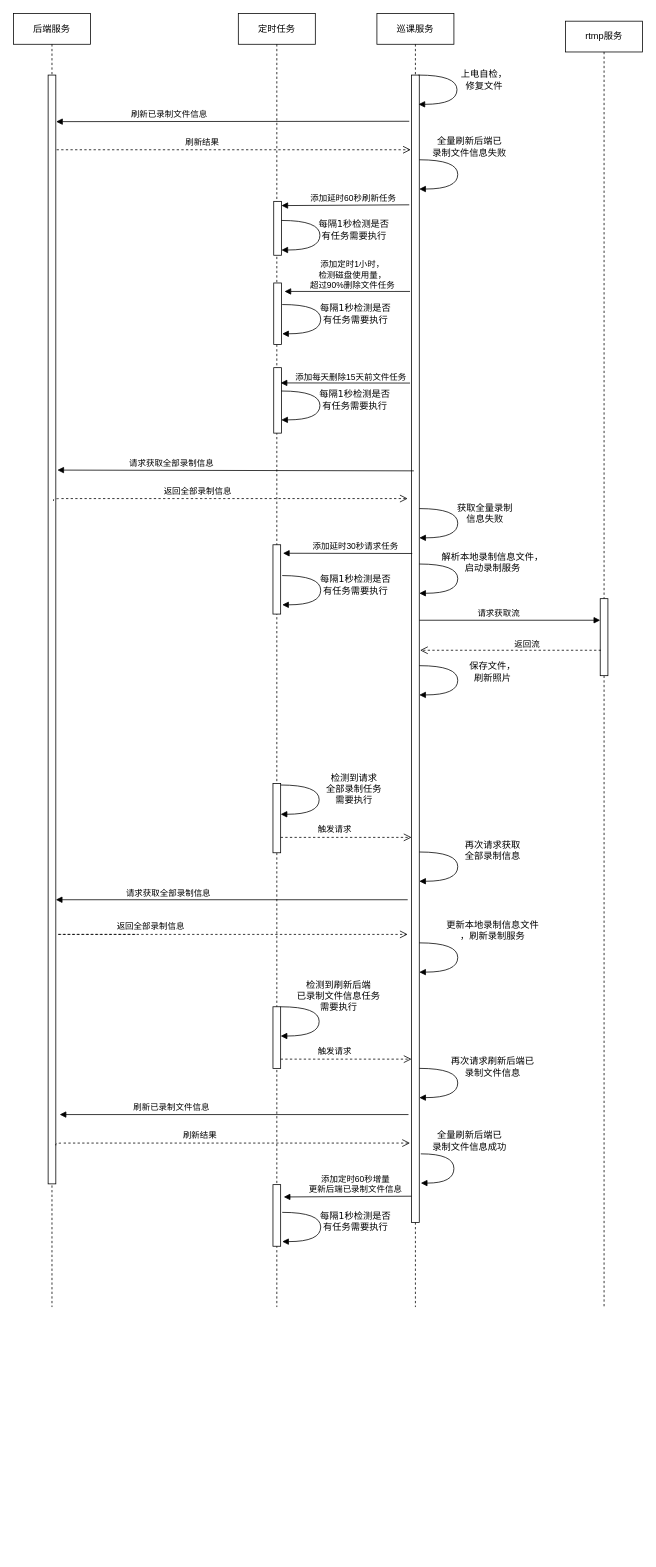
The draw.io diagram 巡课服务启动流程.drawio in huangPeiLc/drawio, before the edit. Source tidied: cells renumbered, new cells numbered last; positions are measured from the earlier drawing's top-left corner, leaving out a move shared by most shapes. Both pictures are drawn from the tidied source at 77%, with x=0, y=0 at pixel (13, 13).
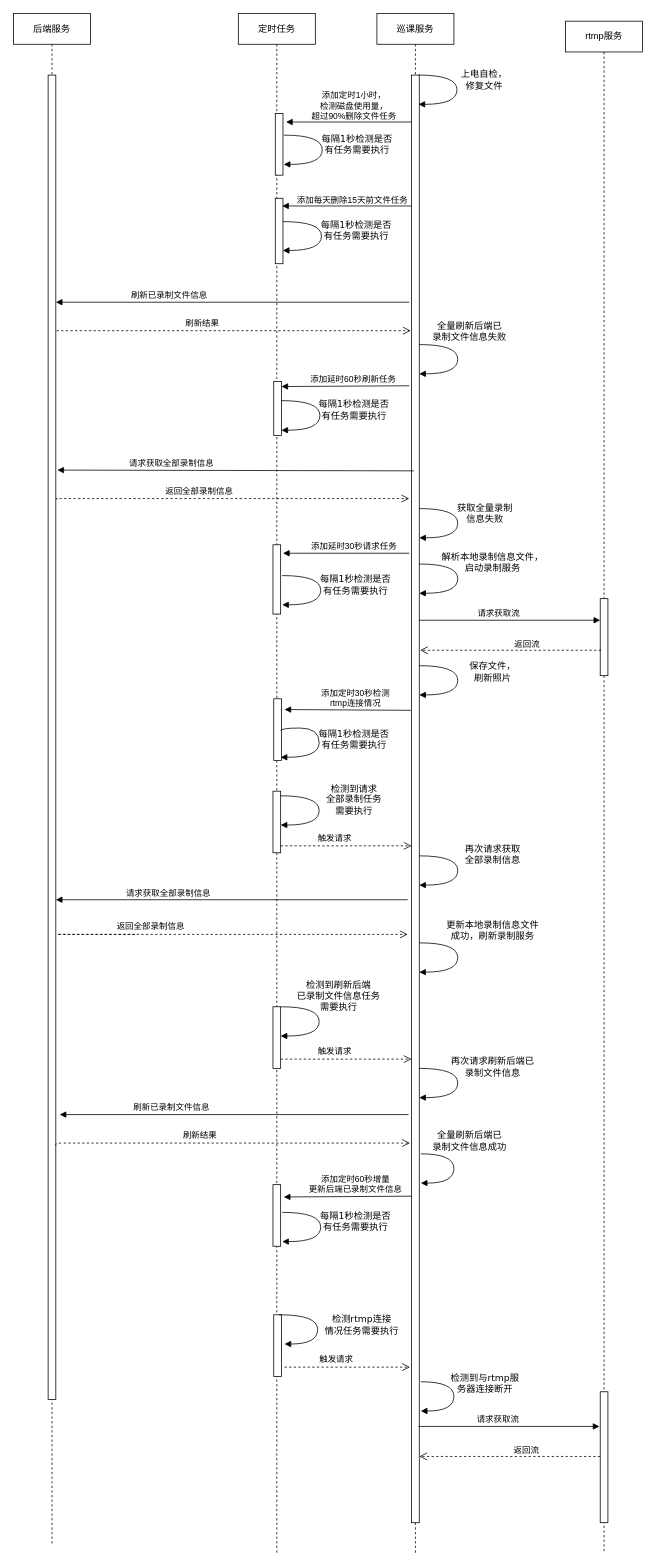
The same page after the edit.

Commit message (it also covers changes not shown here):
Update 巡课服务启动流程.drawio

Change to the diagram source:
```diff
@@
     <mxCell id="2" value="后端服务" style="shape=umlLifeline;perimeter=lifelinePerimeter;whiteSpace=wrap;html=1;" parent="1" vertex="1">
-      <mxGeometry width="100" height="1680" as="geometry" />
+      <mxGeometry width="100" height="1990" as="geometry" />
     </mxCell>
     <mxCell id="3" style="html=1;points=[];perimeter=orthogonalPerimeter;" parent="2" vertex="1">
-      <mxGeometry x="45" y="80" width="10" height="1440" as="geometry" />
+      <mxGeometry x="45" y="80" width="10" height="1720" as="geometry" />
     </mxCell>
     <mxCell id="4" value="巡课服务" style="shape=umlLifeline;perimeter=lifelinePerimeter;whiteSpace=wrap;html=1;" parent="1" vertex="1">
-      <mxGeometry x="472" width="100" height="1680" as="geometry" />
+      <mxGeometry x="472" width="100" height="2000" as="geometry" />
     </mxCell>
     <mxCell id="5" style="html=1;points=[];perimeter=orthogonalPerimeter;" parent="4" vertex="1">
-      <mxGeometry x="45" y="80" width="10" height="1490" as="geometry" />
+      <mxGeometry x="45" y="80" width="10" height="1880" as="geometry" />
     </mxCell>
     <mxCell id="6" value="定时任务" style="shape=umlLifeline;perimeter=lifelinePerimeter;whiteSpace=wrap;html=1;" parent="1" vertex="1">
-      <mxGeometry x="292" width="100" height="1680" as="geometry" />
+      <mxGeometry x="292" width="100" height="2000" as="geometry" />
     </mxCell>
@@
     <mxCell id="8" style="html=1;perimeter=orthogonalPerimeter;" parent="6" vertex="1">
-      <mxGeometry x="46" y="244" width="10" height="70" as="geometry" />
+      <mxGeometry x="46" y="478" width="10" height="70" as="geometry" />
     </mxCell>
     <mxCell id="9" style="html=1;perimeter=orthogonalPerimeter;" parent="6" vertex="1">
-      <mxGeometry x="45" y="1000" width="10" height="90" as="geometry" />
+      <mxGeometry x="45" y="1010" width="10" height="80" as="geometry" />
     </mxCell>
@@
     <mxCell id="11" style="html=1;perimeter=orthogonalPerimeter;" parent="6" vertex="1">
-      <mxGeometry x="46" y="350" width="10" height="80" as="geometry" />
+      <mxGeometry x="48" y="130" width="10" height="80" as="geometry" />
     </mxCell>
     <mxCell id="12" value="&lt;div&gt;每隔1秒检测是否&lt;/div&gt;&lt;div&gt;有任务需要执行&lt;/div&gt;" style="html=1;verticalAlign=bottom;endArrow=block;labelBackgroundColor=none;fontFamily=Verdana;fontSize=12;elbow=vertical;edgeStyle=orthogonalEdgeStyle;curved=1;entryX=1;entryY=0.286;entryPerimeter=0;" parent="6" edge="1">
       <mxGeometry x="0.28" y="-46" relative="1" as="geometry">
-        <mxPoint x="56" y="268.8" as="sourcePoint" />
-        <mxPoint x="56" y="307.2" as="targetPoint" />
+        <mxPoint x="56" y="502.8" as="sourcePoint" />
+        <mxPoint x="56" y="541.2" as="targetPoint" />
         <Array as="points">
-          <mxPoint x="106" y="269" />
-          <mxPoint x="106" y="307" />
+          <mxPoint x="106" y="503" />
+          <mxPoint x="106" y="541" />
         </Array>
         <mxPoint x="45" y="37" as="offset" />
       </mxGeometry>
     </mxCell>
+    <mxCell id="49" style="html=1;perimeter=orthogonalPerimeter;" parent="6" vertex="1">
+      <mxGeometry x="46" y="1690" width="10" height="80" as="geometry" />
+    </mxCell>
+    <mxCell id="50" value="触发请求" style="html=1;verticalAlign=bottom;endArrow=open;dashed=1;endSize=8;" parent="6" edge="1">
+      <mxGeometry x="-0.18" y="1" relative="1" as="geometry">
+        <mxPoint x="60" y="1758" as="sourcePoint" />
+        <mxPoint x="223" y="1758" as="targetPoint" />
+      </mxGeometry>
+    </mxCell>
+    <mxCell id="51" value="&lt;div&gt;检测rtmp连接&lt;/div&gt;&lt;div&gt;情况任务需要执行&lt;/div&gt;" style="html=1;verticalAlign=bottom;endArrow=block;labelBackgroundColor=none;fontFamily=Verdana;fontSize=12;elbow=vertical;edgeStyle=orthogonalEdgeStyle;curved=1;" parent="6" edge="1">
+      <mxGeometry x="0.34" y="-58" relative="1" as="geometry">
+        <mxPoint x="53" y="1690" as="sourcePoint" />
+        <mxPoint x="60" y="1728" as="targetPoint" />
+        <Array as="points">
+          <mxPoint x="103" y="1690" />
+          <mxPoint x="103" y="1728" />
+        </Array>
+        <mxPoint x="57" y="50" as="offset" />
+      </mxGeometry>
+    </mxCell>
@@
     <mxCell id="15" value="rtmp服务" style="shape=umlLifeline;perimeter=lifelinePerimeter;whiteSpace=wrap;html=1;" parent="1" vertex="1">
-      <mxGeometry x="717" y="10" width="100" height="1670" as="geometry" />
+      <mxGeometry x="717" y="10" width="100" height="1990" as="geometry" />
     </mxCell>
@@
+    <mxCell id="52" style="html=1;perimeter=orthogonalPerimeter;" parent="15" vertex="1">
+      <mxGeometry x="45" y="1780" width="10" height="170" as="geometry" />
+    </mxCell>
@@
-    <mxCell id="22" value="添加延时30秒请求任务" style="html=1;verticalAlign=bottom;endArrow=block;exitX=0.083;exitY=0.417;exitDx=0;exitDy=0;exitPerimeter=0;" parent="1" edge="1" source="5">
+    <mxCell id="22" value="添加延时30秒请求任务" style="html=1;verticalAlign=bottom;endArrow=block;" parent="1" edge="1">
       <mxGeometry x="-0.12" relative="1" as="geometry">
+        <mxPoint x="514" y="701" as="sourcePoint" />
         <mxPoint x="350" y="701" as="targetPoint" />
       </mxGeometry>
     </mxCell>
@@
     <mxCell id="24" value="返回全部录制信息" style="html=1;verticalAlign=bottom;endArrow=open;dashed=1;endSize=8;" parent="1" edge="1">
       <mxGeometry x="-0.18" y="1" relative="1" as="geometry">
-        <mxPoint x="52" y="633" as="sourcePoint" />
-        <mxPoint x="512" y="630" as="targetPoint" />
+        <mxPoint x="57" y="630.5" as="sourcePoint" />
+        <mxPoint x="514" y="630" as="targetPoint" />
         <Array as="points">
-          <mxPoint x="52" y="630" />
+          <mxPoint x="54" y="630" />
         </Array>
       </mxGeometry>
     </mxCell>
     <mxCell id="25" value="&lt;div&gt;再次请求获取&lt;/div&gt;&lt;div&gt;全部录制信息&lt;br&gt;&lt;/div&gt;" style="html=1;verticalAlign=bottom;endArrow=block;labelBackgroundColor=none;fontFamily=Verdana;fontSize=12;elbow=vertical;edgeStyle=orthogonalEdgeStyle;curved=1;entryX=1;entryY=0.286;entryPerimeter=0;" parent="1" edge="1">
       <mxGeometry x="-0.28" y="-47" relative="1" as="geometry">
-        <mxPoint x="527" y="1089" as="sourcePoint" />
-        <mxPoint x="527" y="1127" as="targetPoint" />
+        <mxPoint x="527" y="1094" as="sourcePoint" />
+        <mxPoint x="527" y="1132" as="targetPoint" />
         <Array as="points">
-          <mxPoint x="577" y="1089" />
-          <mxPoint x="577" y="1127" />
+          <mxPoint x="577" y="1094" />
+          <mxPoint x="577" y="1132" />
         </Array>
         <mxPoint x="92" y="15" as="offset" />
       </mxGeometry>
     </mxCell>
     <mxCell id="26" value="触发请求" style="html=1;verticalAlign=bottom;endArrow=open;dashed=1;endSize=8;" parent="1" edge="1">
       <mxGeometry x="-0.18" y="1" relative="1" as="geometry">
-        <mxPoint x="347" y="1070" as="sourcePoint" />
-        <mxPoint x="517" y="1070" as="targetPoint" />
+        <mxPoint x="347" y="1081" as="sourcePoint" />
+        <mxPoint x="517" y="1081" as="targetPoint" />
       </mxGeometry>
     </mxCell>
-    <mxCell id="27" value="&lt;div&gt;更新本地录制信息文件&lt;/div&gt;&lt;div&gt;，刷新录制服务&lt;br&gt;&lt;/div&gt;&lt;div&gt;&lt;br&gt;&lt;/div&gt;" style="html=1;verticalAlign=bottom;endArrow=block;labelBackgroundColor=none;fontFamily=Verdana;fontSize=12;elbow=vertical;edgeStyle=orthogonalEdgeStyle;curved=1;entryX=1;entryY=0.286;entryPerimeter=0;" parent="1" edge="1">
+    <mxCell id="27" value="&lt;div&gt;更新本地录制信息文件&lt;/div&gt;&lt;div&gt;成功，刷新录制服务&lt;br&gt;&lt;/div&gt;&lt;div&gt;&lt;br&gt;&lt;/div&gt;" style="html=1;verticalAlign=bottom;endArrow=block;labelBackgroundColor=none;fontFamily=Verdana;fontSize=12;elbow=vertical;edgeStyle=orthogonalEdgeStyle;curved=1;entryX=1;entryY=0.286;entryPerimeter=0;" parent="1" edge="1">
       <mxGeometry x="-0.28" y="-47" relative="1" as="geometry">
         <mxPoint x="527" y="1207" as="sourcePoint" />
         <mxPoint x="527" y="1245" as="targetPoint" />
         <Array as="points">
           <mxPoint x="577" y="1207" />
           <mxPoint x="577" y="1245" />
         </Array>
         <mxPoint x="92" y="15" as="offset" />
       </mxGeometry>
     </mxCell>
-    <mxCell id="28" value="刷新已录制文件信息" style="html=1;verticalAlign=bottom;endArrow=block;entryX=1.039;entryY=0.042;entryDx=0;entryDy=0;entryPerimeter=0;" parent="1" edge="1" target="3">
+    <mxCell id="28" value="刷新已录制文件信息" style="html=1;verticalAlign=bottom;endArrow=block;entryX=1.039;entryY=0.042;entryDx=0;entryDy=0;entryPerimeter=0;" parent="1" edge="1">
       <mxGeometry x="0.36" relative="1" as="geometry">
-        <mxPoint x="514" y="140" as="sourcePoint" />
+        <mxPoint x="514" y="375" as="sourcePoint" />
+        <mxPoint x="55" y="375" as="targetPoint" />
       </mxGeometry>
     </mxCell>
     <mxCell id="29" value="刷新结果" style="html=1;verticalAlign=bottom;endArrow=open;dashed=1;endSize=8;" parent="1" edge="1">
       <mxGeometry x="-0.18" y="1" relative="1" as="geometry">
-        <mxPoint x="56" y="177" as="sourcePoint" />
-        <mxPoint x="516" y="177" as="targetPoint" />
+        <mxPoint x="56" y="412" as="sourcePoint" />
+        <mxPoint x="516" y="412" as="targetPoint" />
         <Array as="points">
-          <mxPoint x="56" y="177" />
+          <mxPoint x="56" y="412" />
         </Array>
       </mxGeometry>
     </mxCell>
@@
     <mxCell id="32" value="&lt;div&gt;全量刷新后端已&lt;/div&gt;&lt;div&gt;录制文件信息失败&lt;/div&gt;" style="html=1;verticalAlign=bottom;endArrow=block;labelBackgroundColor=none;fontFamily=Verdana;fontSize=12;elbow=vertical;edgeStyle=orthogonalEdgeStyle;curved=1;entryX=1;entryY=0.286;entryPerimeter=0;" parent="1" edge="1">
       <mxGeometry x="-0.28" y="15" relative="1" as="geometry">
-        <mxPoint x="527" y="190" as="sourcePoint" />
-        <mxPoint x="527" y="228" as="targetPoint" />
+        <mxPoint x="527" y="430" as="sourcePoint" />
+        <mxPoint x="527" y="468" as="targetPoint" />
         <Array as="points">
-          <mxPoint x="577" y="190" />
-          <mxPoint x="577" y="228" />
+          <mxPoint x="577" y="430" />
+          <mxPoint x="577" y="468" />
         </Array>
       </mxGeometry>
     </mxCell>
     <mxCell id="33" value="添加延时60秒刷新任务" style="html=1;verticalAlign=bottom;endArrow=block;exitX=-0.2;exitY=0.498;exitDx=0;exitDy=0;exitPerimeter=0;" parent="1" edge="1">
       <mxGeometry x="-0.12" relative="1" as="geometry">
-        <mxPoint x="514" y="248.5" as="sourcePoint" />
-        <mxPoint x="348" y="249.5" as="targetPoint" />
+        <mxPoint x="514" y="483.5" as="sourcePoint" />
+        <mxPoint x="348" y="484.5" as="targetPoint" />
       </mxGeometry>
     </mxCell>
     <mxCell id="34" value="&lt;div&gt;每隔1秒检测是否&lt;/div&gt;&lt;div&gt;有任务需要执行&lt;/div&gt;" style="html=1;verticalAlign=bottom;endArrow=block;labelBackgroundColor=none;fontFamily=Verdana;fontSize=12;elbow=vertical;edgeStyle=orthogonalEdgeStyle;curved=1;entryX=1;entryY=0.286;entryPerimeter=0;" parent="1" edge="1">
       <mxGeometry x="0.28" y="-46" relative="1" as="geometry">
-        <mxPoint x="349" y="378" as="sourcePoint" />
-        <mxPoint x="349" y="416" as="targetPoint" />
+        <mxPoint x="351" y="158" as="sourcePoint" />
+        <mxPoint x="351" y="196" as="targetPoint" />
         <Array as="points">
-          <mxPoint x="399" y="378" />
-          <mxPoint x="399" y="416" />
+          <mxPoint x="401" y="158" />
+          <mxPoint x="401" y="196" />
         </Array>
         <mxPoint x="45" y="37" as="offset" />
       </mxGeometry>
     </mxCell>
     <mxCell id="35" value="&lt;div&gt;检测到请求&lt;/div&gt;&lt;div&gt;全部录制任务&lt;/div&gt;&lt;div&gt;需要执行&lt;br&gt;&lt;/div&gt;" style="html=1;verticalAlign=bottom;endArrow=block;labelBackgroundColor=none;fontFamily=Verdana;fontSize=12;elbow=vertical;edgeStyle=orthogonalEdgeStyle;curved=1;entryX=1;entryY=0.286;entryPerimeter=0;" parent="1" edge="1">
       <mxGeometry x="0.28" y="-46" relative="1" as="geometry">
-        <mxPoint x="347" y="1002" as="sourcePoint" />
-        <mxPoint x="347" y="1040" as="targetPoint" />
+        <mxPoint x="347" y="1016" as="sourcePoint" />
+        <mxPoint x="347" y="1054" as="targetPoint" />
         <Array as="points">
-          <mxPoint x="397" y="1002" />
-          <mxPoint x="397" y="1040" />
+          <mxPoint x="397" y="1016" />
+          <mxPoint x="397" y="1054" />
         </Array>
         <mxPoint x="45" y="37" as="offset" />
       </mxGeometry>
     </mxCell>
@@
     <mxCell id="45" value="&lt;div&gt;添加定时1小时，&lt;/div&gt;&lt;div&gt;检测磁盘使用量，&lt;/div&gt;&lt;div&gt;超过90%删除文件任务&lt;/div&gt;" style="html=1;verticalAlign=bottom;endArrow=block;" parent="1" edge="1">
       <mxGeometry x="-0.08" y="1" relative="1" as="geometry">
-        <mxPoint x="515" y="361" as="sourcePoint" />
-        <mxPoint x="352" y="361" as="targetPoint" />
+        <mxPoint x="517" y="141" as="sourcePoint" />
+        <mxPoint x="354" y="141" as="targetPoint" />
       </mxGeometry>
     </mxCell>
     <mxCell id="46" style="html=1;points=[];perimeter=orthogonalPerimeter;" parent="1" vertex="1">
-      <mxGeometry x="338" y="460" width="10" height="85" as="geometry" />
+      <mxGeometry x="340" y="240" width="10" height="85" as="geometry" />
     </mxCell>
     <mxCell id="47" value="&lt;div&gt;每隔1秒检测是否&lt;/div&gt;&lt;div&gt;有任务需要执行&lt;/div&gt;" style="html=1;verticalAlign=bottom;endArrow=block;labelBackgroundColor=none;fontFamily=Verdana;fontSize=12;elbow=vertical;edgeStyle=orthogonalEdgeStyle;curved=1;entryX=1;entryY=0.286;entryPerimeter=0;" parent="1" edge="1">
       <mxGeometry x="0.28" y="-46" relative="1" as="geometry">
-        <mxPoint x="347.8" y="490.3" as="sourcePoint" />
-        <mxPoint x="347.8" y="527.8" as="targetPoint" />
+        <mxPoint x="349.8" y="270.3" as="sourcePoint" />
+        <mxPoint x="349.8" y="307.8" as="targetPoint" />
         <Array as="points">
-          <mxPoint x="398" y="490" />
-          <mxPoint x="398" y="528" />
+          <mxPoint x="400" y="270" />
+          <mxPoint x="400" y="308" />
         </Array>
         <mxPoint x="45" y="37" as="offset" />
       </mxGeometry>
     </mxCell>
-    <mxCell id="48" value="&lt;div&gt;添加每天删除15天前文件任务&lt;/div&gt;" style="html=1;verticalAlign=bottom;endArrow=block;entryX=0.9;entryY=0.233;entryDx=0;entryDy=0;entryPerimeter=0;" parent="1" edge="1" target="46">
+    <mxCell id="48" value="&lt;div&gt;添加每天删除15天前文件任务&lt;/div&gt;" style="html=1;verticalAlign=bottom;endArrow=block;entryX=0.9;entryY=0.233;entryDx=0;entryDy=0;entryPerimeter=0;" parent="1" edge="1">
       <mxGeometry x="-0.08" y="1" relative="1" as="geometry">
-        <mxPoint x="515" y="480" as="sourcePoint" />
+        <mxPoint x="517" y="250" as="sourcePoint" />
+        <mxPoint x="349" y="250" as="targetPoint" />
       </mxGeometry>
     </mxCell>
+    <mxCell id="53" style="html=1;points=[];perimeter=orthogonalPerimeter;" parent="1" vertex="1">
+      <mxGeometry x="338" y="890" width="10" height="80" as="geometry" />
+    </mxCell>
+    <mxCell id="54" value="&lt;div&gt;添加定时30秒检测&lt;/div&gt;&lt;div&gt;rtmp连接情况&lt;/div&gt;" style="html=1;verticalAlign=bottom;endArrow=block;exitX=-0.3;exitY=0.409;exitDx=0;exitDy=0;exitPerimeter=0;" parent="1" edge="1">
+      <mxGeometry x="-0.12" relative="1" as="geometry">
+        <mxPoint x="516" y="905" as="sourcePoint" />
+        <mxPoint x="352" y="904" as="targetPoint" />
+      </mxGeometry>
+    </mxCell>
+    <mxCell id="55" value="&lt;div&gt;每隔1秒检测是否&lt;/div&gt;&lt;div&gt;有任务需要执行&lt;/div&gt;" style="html=1;verticalAlign=bottom;endArrow=block;labelBackgroundColor=none;fontFamily=Verdana;fontSize=12;elbow=vertical;edgeStyle=orthogonalEdgeStyle;curved=1;entryX=1;entryY=0.286;entryPerimeter=0;exitX=0.9;exitY=0.522;exitDx=0;exitDy=0;exitPerimeter=0;" parent="1" edge="1" source="53">
+      <mxGeometry x="0.21" y="45" relative="1" as="geometry">
+        <mxPoint x="347" y="966" as="targetPoint" />
+        <Array as="points">
+          <mxPoint x="347" y="928" />
+          <mxPoint x="397" y="928" />
+          <mxPoint x="397" y="966" />
+        </Array>
+      </mxGeometry>
+    </mxCell>
+    <mxCell id="56" value="&lt;div&gt;检测到与rtmp服&lt;/div&gt;&lt;div&gt;务器连接断开&lt;/div&gt;" style="html=1;verticalAlign=bottom;endArrow=block;labelBackgroundColor=none;fontFamily=Verdana;fontSize=12;elbow=vertical;edgeStyle=orthogonalEdgeStyle;curved=1;" parent="1" edge="1">
+      <mxGeometry x="0.31" y="-44" relative="1" as="geometry">
+        <mxPoint x="529" y="1777" as="sourcePoint" />
+        <mxPoint x="529" y="1815" as="targetPoint" />
+        <Array as="points">
+          <mxPoint x="572" y="1777" />
+          <mxPoint x="572" y="1815" />
+        </Array>
+        <mxPoint x="40" y="25" as="offset" />
+      </mxGeometry>
+    </mxCell>
+    <mxCell id="57" value="请求获取流" style="html=1;verticalAlign=bottom;endArrow=block;" parent="1" edge="1">
+      <mxGeometry x="-0.12" relative="1" as="geometry">
+        <mxPoint x="526" y="1835" as="sourcePoint" />
+        <mxPoint x="761" y="1835" as="targetPoint" />
+      </mxGeometry>
+    </mxCell>
+    <mxCell id="58" value="返回流" style="html=1;verticalAlign=bottom;endArrow=open;dashed=1;endSize=8;" parent="1" edge="1">
+      <mxGeometry x="-0.18" y="1" relative="1" as="geometry">
+        <mxPoint x="762" y="1874" as="sourcePoint" />
+        <mxPoint x="527" y="1874" as="targetPoint" />
+      </mxGeometry>
+    </mxCell>
```
